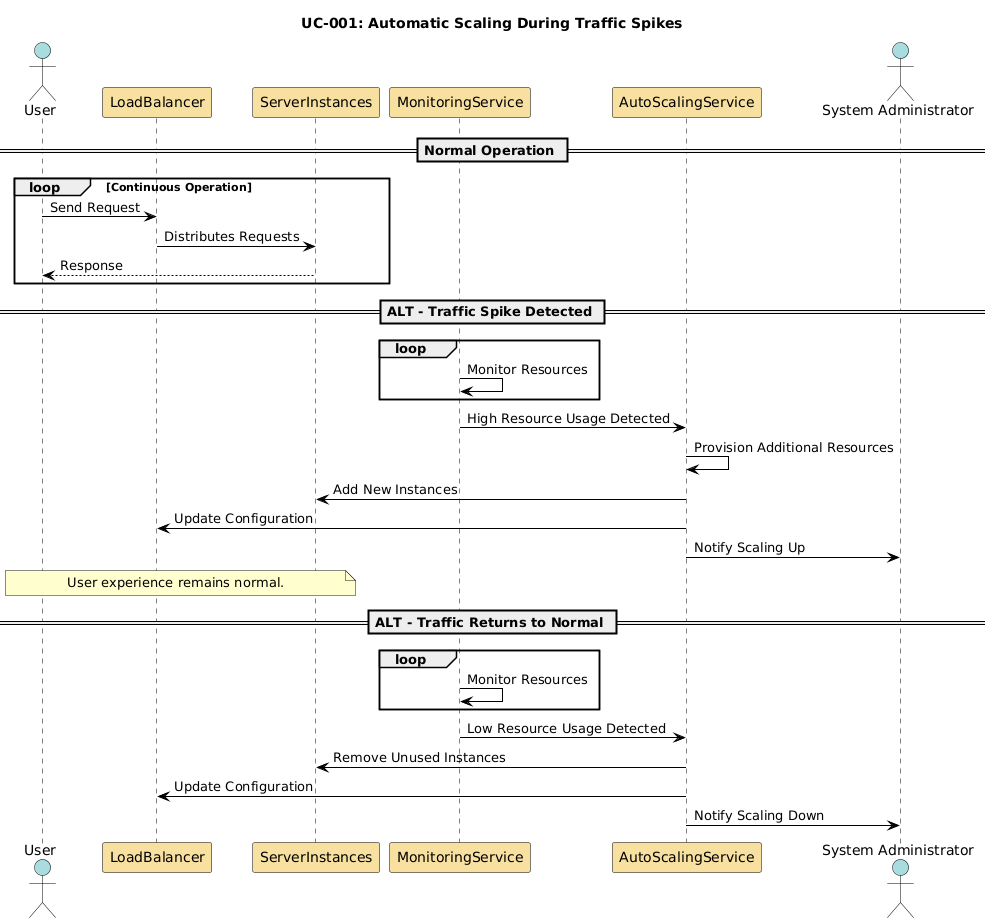
Nox-iv/group-11 keeps this PlantUML diagram as diagrams/uml-sequence/scaling/scaling-1.png. Above is the earlier version.
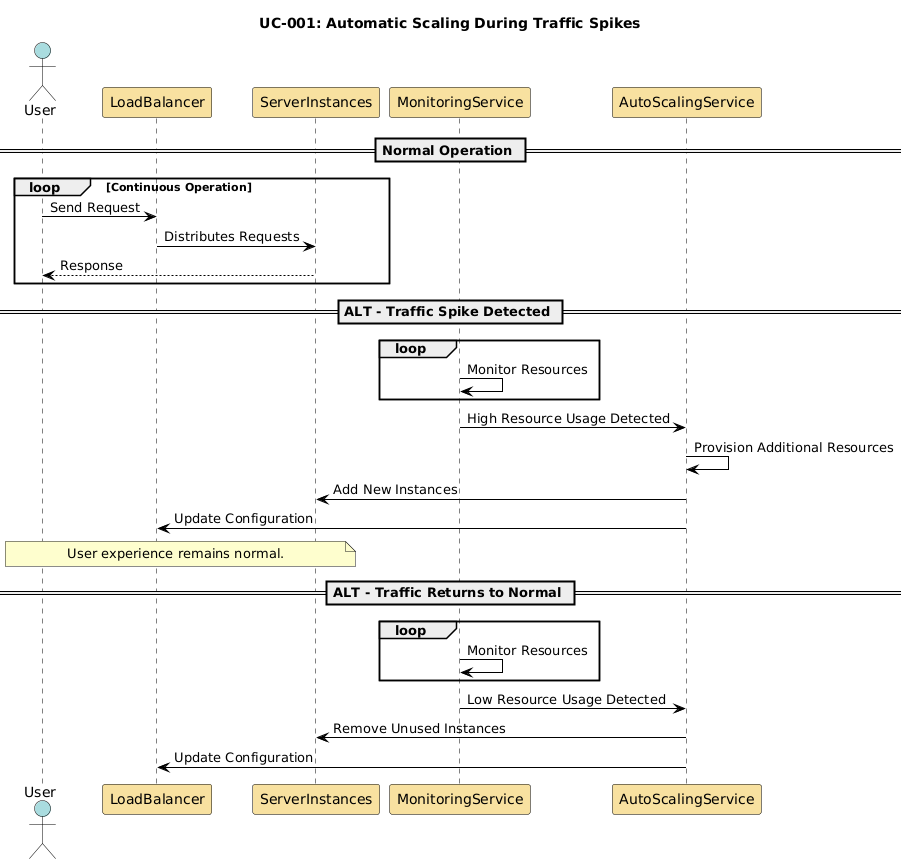
After the commit.

Commit message:
scaling and profile management level 4

Change to the diagram source:
```diff
@@ -21,7 +21,6 @@
 participant ServerInstances #F8E1A0
 participant MonitoringService #F8E1A0
 participant AutoScalingService #F8E1A0
-actor SysAdmin as "System Administrator" #A9DCDF
 
 == Normal Operation ==
 
@@ -40,7 +39,6 @@
 AutoScalingService -> AutoScalingService: Provision Additional Resources
 AutoScalingService -> ServerInstances: Add New Instances
 AutoScalingService -> LoadBalancer: Update Configuration
-AutoScalingService -> SysAdmin: Notify Scaling Up
 
 note over User, ServerInstances #FEFECE
 User experience remains normal.
@@ -54,5 +52,4 @@
 MonitoringService -> AutoScalingService: Low Resource Usage Detected
 AutoScalingService -> ServerInstances: Remove Unused Instances
 AutoScalingService -> LoadBalancer: Update Configuration
-AutoScalingService -> SysAdmin: Notify Scaling Down
 @enduml
```
